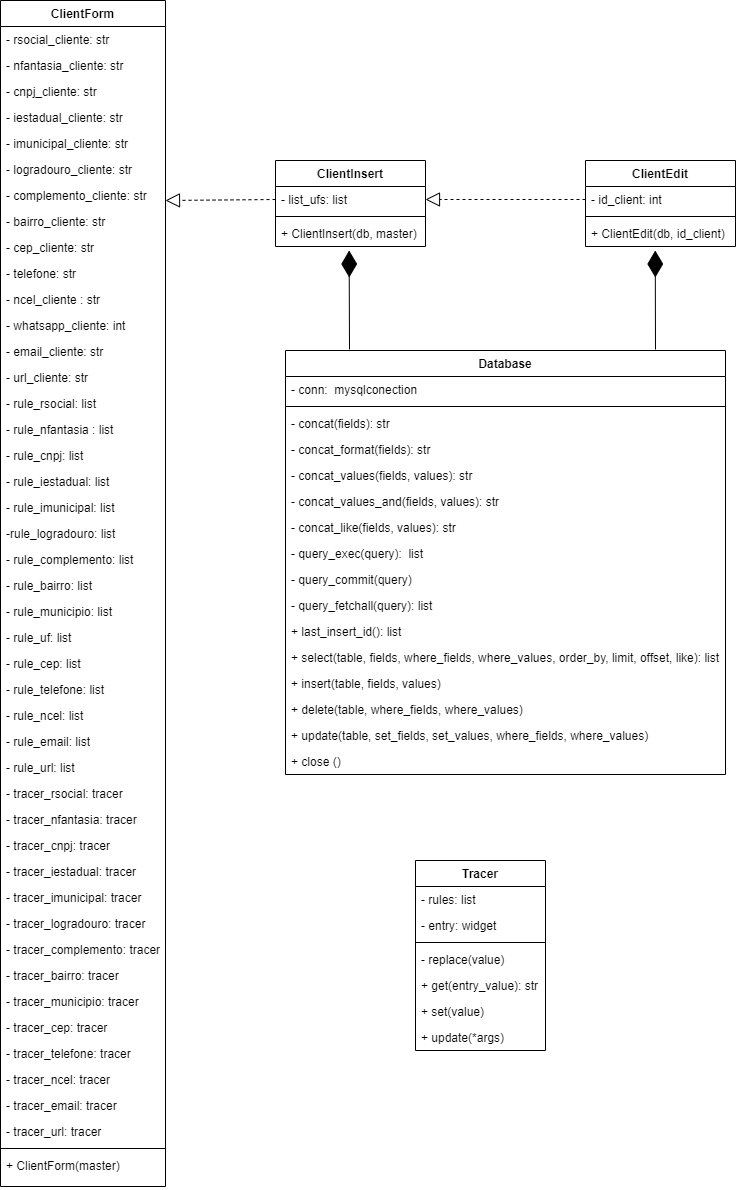
BritoWendel/ICS keeps this draw.io diagram as doc/Diagrama de Classes.png. Above is the earlier version. Source tidied: cells renumbered, new cells last; positions are measured from the earlier drawing's top-left corner, leaving out a move shared by most shapes.
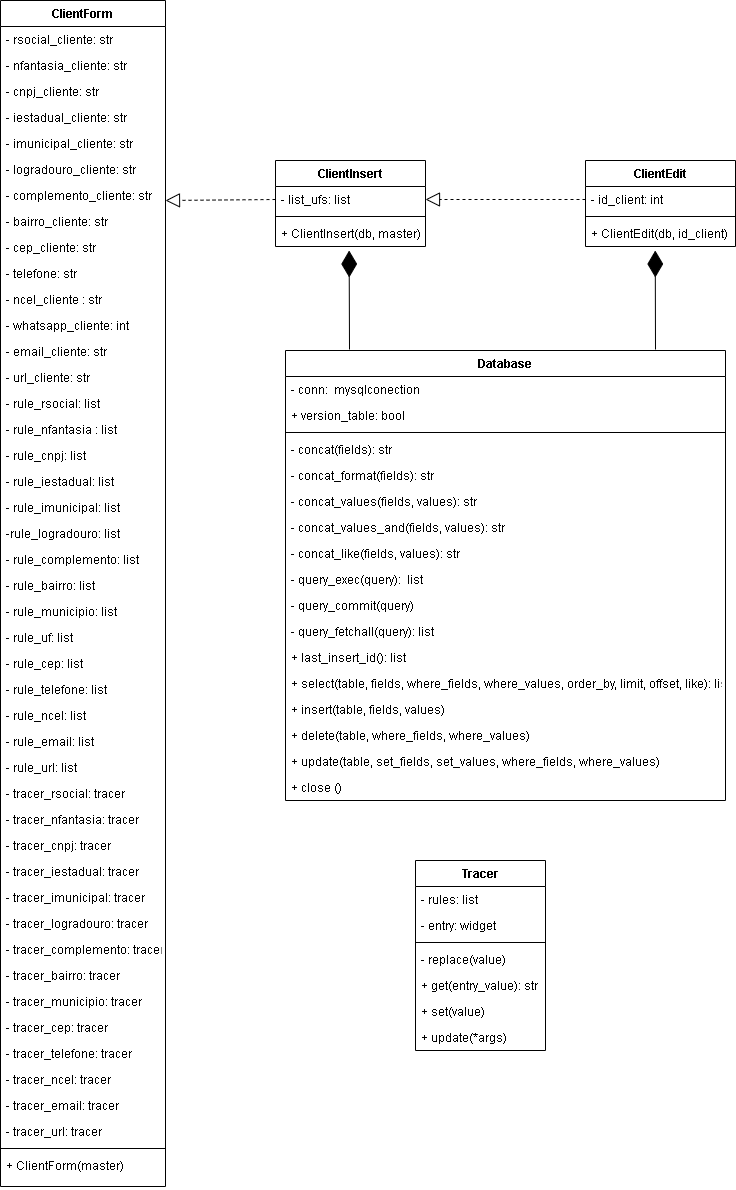
The same diagram one commit later.

Commit message:
atualizado diagrama de classes

Diff of the diagram source:
```diff
@@ -149,55 +149,58 @@
       <mxGeometry relative="1" as="geometry" />
     </mxCell>
     <mxCell id="50" value="Database" style="swimlane;fontStyle=1;align=center;verticalAlign=top;horizontal=1;startSize=26;" parent="1" vertex="1">
-      <mxGeometry x="285" y="350" width="440" height="424" as="geometry" />
+      <mxGeometry x="285" y="350" width="440" height="450" as="geometry" />
     </mxCell>
     <mxCell id="51" value="- conn:  mysqlconection" style="text;strokeColor=none;fillColor=none;align=left;verticalAlign=top;spacingLeft=4;spacingRight=4;overflow=hidden;" parent="50" vertex="1">
       <mxGeometry y="26" width="440" height="26" as="geometry" />
     </mxCell>
+    <mxCell id="85" value="+ version_table: bool" style="text;strokeColor=none;fillColor=none;align=left;verticalAlign=top;spacingLeft=4;spacingRight=4;overflow=hidden;" parent="50" vertex="1">
+      <mxGeometry y="52" width="440" height="26" as="geometry" />
+    </mxCell>
     <mxCell id="52" style="line;strokeWidth=1;fillColor=none;align=left;verticalAlign=middle;spacingTop=-1;spacingLeft=3;spacingRight=3;labelPosition=right;" parent="50" vertex="1">
-      <mxGeometry y="52" width="440" height="8" as="geometry" />
+      <mxGeometry y="78" width="440" height="8" as="geometry" />
     </mxCell>
     <mxCell id="53" value="- concat(fields): str" style="text;strokeColor=none;fillColor=none;align=left;verticalAlign=top;spacingLeft=4;spacingRight=4;overflow=hidden;" parent="50" vertex="1">
-      <mxGeometry y="60" width="440" height="26" as="geometry" />
+      <mxGeometry y="86" width="440" height="26" as="geometry" />
     </mxCell>
     <mxCell id="54" value="- concat_format(fields): str" style="text;strokeColor=none;fillColor=none;align=left;verticalAlign=top;spacingLeft=4;spacingRight=4;overflow=hidden;" parent="50" vertex="1">
-      <mxGeometry y="86" width="440" height="26" as="geometry" />
+      <mxGeometry y="112" width="440" height="26" as="geometry" />
     </mxCell>
     <mxCell id="55" value="- concat_values(fields, values): str" style="text;strokeColor=none;fillColor=none;align=left;verticalAlign=top;spacingLeft=4;spacingRight=4;overflow=hidden;" parent="50" vertex="1">
-      <mxGeometry y="112" width="440" height="26" as="geometry" />
+      <mxGeometry y="138" width="440" height="26" as="geometry" />
     </mxCell>
     <mxCell id="56" value="- concat_values_and(fields, values): str" style="text;strokeColor=none;fillColor=none;align=left;verticalAlign=top;spacingLeft=4;spacingRight=4;overflow=hidden;" parent="50" vertex="1">
-      <mxGeometry y="138" width="440" height="26" as="geometry" />
+      <mxGeometry y="164" width="440" height="26" as="geometry" />
     </mxCell>
     <mxCell id="57" value="- concat_like(fields, values): str" style="text;strokeColor=none;fillColor=none;align=left;verticalAlign=top;spacingLeft=4;spacingRight=4;overflow=hidden;" parent="50" vertex="1">
-      <mxGeometry y="164" width="440" height="26" as="geometry" />
+      <mxGeometry y="190" width="440" height="26" as="geometry" />
     </mxCell>
     <mxCell id="58" value="- query_exec(query):  list" style="text;strokeColor=none;fillColor=none;align=left;verticalAlign=top;spacingLeft=4;spacingRight=4;overflow=hidden;" parent="50" vertex="1">
-      <mxGeometry y="190" width="440" height="26" as="geometry" />
+      <mxGeometry y="216" width="440" height="26" as="geometry" />
     </mxCell>
     <mxCell id="59" value="- query_commit(query)" style="text;strokeColor=none;fillColor=none;align=left;verticalAlign=top;spacingLeft=4;spacingRight=4;overflow=hidden;" parent="50" vertex="1">
-      <mxGeometry y="216" width="440" height="26" as="geometry" />
+      <mxGeometry y="242" width="440" height="26" as="geometry" />
     </mxCell>
     <mxCell id="60" value="- query_fetchall(query): list" style="text;strokeColor=none;fillColor=none;align=left;verticalAlign=top;spacingLeft=4;spacingRight=4;overflow=hidden;" parent="50" vertex="1">
-      <mxGeometry y="242" width="440" height="26" as="geometry" />
+      <mxGeometry y="268" width="440" height="26" as="geometry" />
     </mxCell>
     <mxCell id="61" value="+ last_insert_id(): list" style="text;strokeColor=none;fillColor=none;align=left;verticalAlign=top;spacingLeft=4;spacingRight=4;overflow=hidden;" parent="50" vertex="1">
-      <mxGeometry y="268" width="440" height="26" as="geometry" />
+      <mxGeometry y="294" width="440" height="26" as="geometry" />
     </mxCell>
     <mxCell id="62" value="+ select(table, fields, where_fields, where_values, order_by, limit, offset, like): list" style="text;strokeColor=none;fillColor=none;align=left;verticalAlign=top;spacingLeft=4;spacingRight=4;overflow=hidden;" parent="50" vertex="1">
-      <mxGeometry y="294" width="440" height="26" as="geometry" />
+      <mxGeometry y="320" width="440" height="26" as="geometry" />
     </mxCell>
     <mxCell id="63" value="+ insert(table, fields, values)" style="text;strokeColor=none;fillColor=none;align=left;verticalAlign=top;spacingLeft=4;spacingRight=4;overflow=hidden;" parent="50" vertex="1">
-      <mxGeometry y="320" width="440" height="26" as="geometry" />
+      <mxGeometry y="346" width="440" height="26" as="geometry" />
     </mxCell>
     <mxCell id="64" value="+ delete(table, where_fields, where_values)" style="text;strokeColor=none;fillColor=none;align=left;verticalAlign=top;spacingLeft=4;spacingRight=4;overflow=hidden;" parent="50" vertex="1">
-      <mxGeometry y="346" width="440" height="26" as="geometry" />
+      <mxGeometry y="372" width="440" height="26" as="geometry" />
     </mxCell>
     <mxCell id="65" value="+ update(table, set_fields, set_values, where_fields, where_values)" style="text;strokeColor=none;fillColor=none;align=left;verticalAlign=top;spacingLeft=4;spacingRight=4;overflow=hidden;" parent="50" vertex="1">
-      <mxGeometry y="372" width="440" height="26" as="geometry" />
+      <mxGeometry y="398" width="440" height="26" as="geometry" />
     </mxCell>
     <mxCell id="66" value="+ close ()" style="text;strokeColor=none;fillColor=none;align=left;verticalAlign=top;spacingLeft=4;spacingRight=4;overflow=hidden;" parent="50" vertex="1">
-      <mxGeometry y="398" width="440" height="26" as="geometry" />
+      <mxGeometry y="424" width="440" height="26" as="geometry" />
     </mxCell>
     <mxCell id="67" value="ClientInsert" style="swimlane;fontStyle=1;align=center;verticalAlign=top;horizontal=1;startSize=26;" parent="1" vertex="1">
       <mxGeometry x="275" y="160" width="150" height="86" as="geometry" />
```
